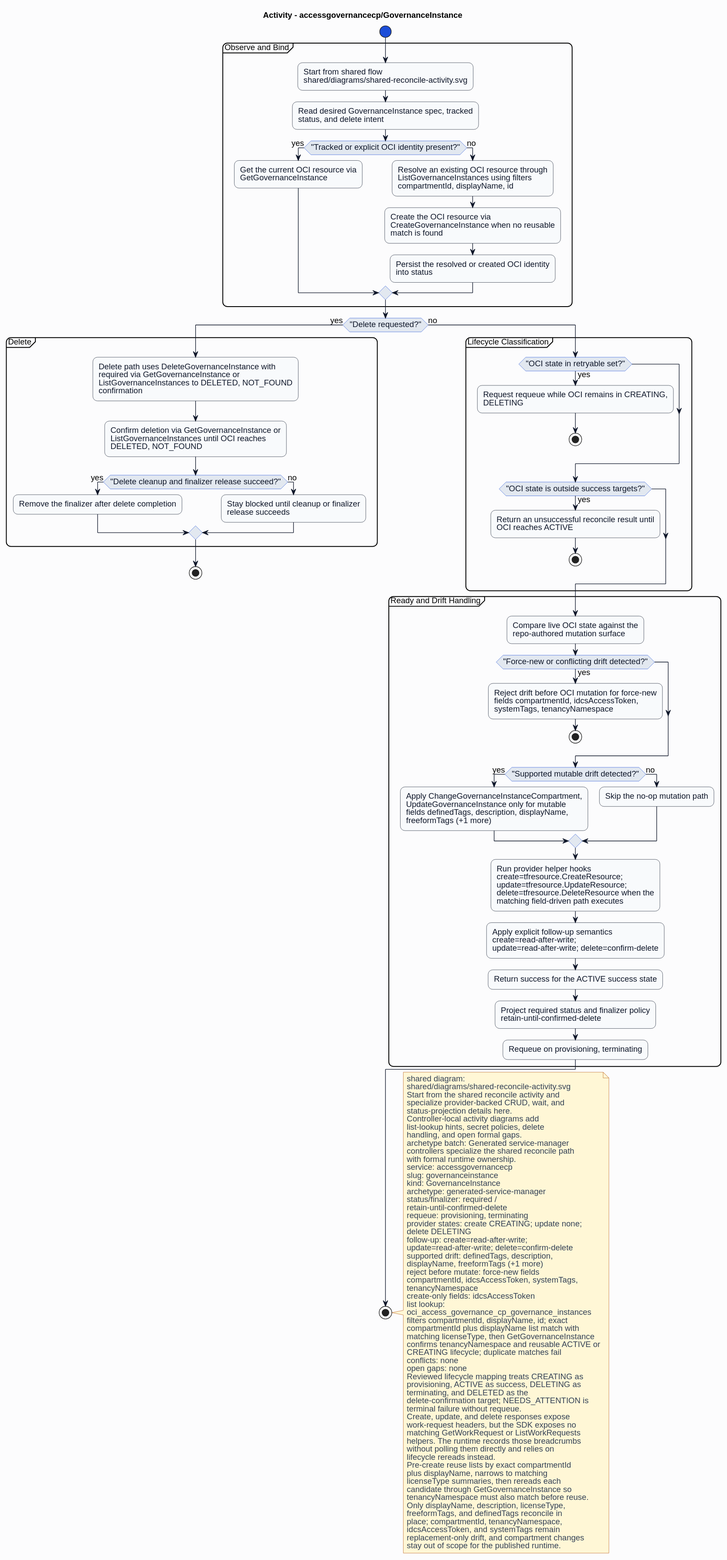
Earlier version of the PlantUML export formal/controllers/accessgovernancecp/governanceinstance/diagrams/activity.svg (HaoyL666/oci-service-operator). Its diagram source:
```plantuml
@startuml
skinparam shadowing false
skinparam backgroundColor #fcfcfd
skinparam defaultFontName Helvetica
skinparam defaultFontSize 14
skinparam arrowColor #0f172a
skinparam noteBackgroundColor #fff7d6
skinparam noteBorderColor #b45309
skinparam noteFontColor #334155
skinparam roundcorner 16
title Activity - accessgovernancecp/GovernanceInstance
skinparam activity {
  backgroundColor #f8fafc
  borderColor #0f172a
  fontColor #0f172a
  diamondBackgroundColor #e2e8f0
  diamondBorderColor #1d4ed8
  diamondFontColor #0f172a
  startColor #1d4ed8
  endColor #0f172a
  barColor #1d4ed8
}
start
partition "Observe and Bind" {
:Start from shared flow\nshared/diagrams/shared-reconcile-activity.svg;
:Read desired GovernanceInstance spec, tracked\nstatus, and delete intent;
if ("Tracked or explicit OCI identity present?") then (yes)
:Get the current OCI resource via\nGetGovernanceInstance;
else (no)
:Resolve an existing OCI resource through\nListGovernanceInstances using filters\ncompartmentId, displayName, id;
:Create the OCI resource via\nCreateGovernanceInstance when no reusable\nmatch is found;
:Persist the resolved or created OCI identity\ninto status;
endif
}
if ("Delete requested?") then (yes)
partition "Delete" {
:Delete path uses DeleteGovernanceInstance with\nrequired via GetGovernanceInstance or\nListGovernanceInstances to DELETED, NOT_FOUND\nconfirmation;
:Confirm deletion via GetGovernanceInstance or\nListGovernanceInstances until OCI reaches\nDELETED, NOT_FOUND;
if ("Delete cleanup and finalizer release succeed?") then (yes)
:Remove the finalizer after delete completion;
else (no)
:Stay blocked until cleanup or finalizer\nrelease succeeds;
endif
}
stop
else (no)
partition "Lifecycle Classification" {
if ("OCI state in retryable set?") then (yes)
:Request requeue while OCI remains in CREATING,\nDELETING;
stop
endif
if ("OCI state is outside success targets?") then (yes)
:Return an unsuccessful reconcile result until\nOCI reaches ACTIVE;
stop
endif
}
partition "Ready and Drift Handling" {
:Compare live OCI state against the\nrepo-authored mutation surface;
if ("Force-new or conflicting drift detected?") then (yes)
:Reject drift before OCI mutation for force-new\nfields compartmentId, idcsAccessToken,\nsystemTags, tenancyNamespace;
stop
endif
if ("Supported mutable drift detected?") then (yes)
:Apply ChangeGovernanceInstanceCompartment,\nUpdateGovernanceInstance only for mutable\nfields definedTags, description, displayName,\nfreeformTags (+1 more);
else (no)
:Skip the no-op mutation path;
endif
:Run provider helper hooks\ncreate=tfresource.CreateResource;\nupdate=tfresource.UpdateResource;\ndelete=tfresource.DeleteResource when the\nmatching field-driven path executes;
:Apply explicit follow-up semantics\ncreate=read-after-write;\nupdate=read-after-write; delete=confirm-delete;
:Return success for the ACTIVE success state;
:Project required status and finalizer policy\nretain-until-confirmed-delete;
:Requeue on provisioning, terminating;
}
endif
stop
note right
shared diagram:
shared/diagrams/shared-reconcile-activity.svg
Start from the shared reconcile activity and
specialize provider-backed CRUD, wait, and
status-projection details here.
Controller-local activity diagrams add
list-lookup hints, secret policies, delete
handling, and open formal gaps.
archetype batch: Generated service-manager
controllers specialize the shared reconcile path
with formal runtime ownership.
service: accessgovernancecp
slug: governanceinstance
kind: GovernanceInstance
archetype: generated-service-manager
status/finalizer: required /
retain-until-confirmed-delete
requeue: provisioning, terminating
provider states: create CREATING; update none;
delete DELETING
follow-up: create=read-after-write;
update=read-after-write; delete=confirm-delete
supported drift: definedTags, description,
displayName, freeformTags (+1 more)
reject before mutate: force-new fields
compartmentId, idcsAccessToken, systemTags,
tenancyNamespace
create-only fields: idcsAccessToken
list lookup:
oci_access_governance_cp_governance_instances
filters compartmentId, displayName, id; exact
compartmentId plus displayName list match with
matching licenseType, then GetGovernanceInstance
confirms tenancyNamespace and reusable ACTIVE or
CREATING lifecycle; duplicate matches fail
conflicts: none
open gaps: none
Reviewed lifecycle mapping treats CREATING as
provisioning, ACTIVE as success, DELETING as
terminating, and DELETED as the
delete-confirmation target; NEEDS_ATTENTION is
terminal failure without requeue.
Create, update, and delete responses expose
work-request headers, but the SDK exposes no
matching GetWorkRequest or ListWorkRequests
helpers. The runtime records those breadcrumbs
without polling them directly and relies on
lifecycle rereads instead.
Pre-create reuse lists by exact compartmentId
plus displayName, narrows to matching
licenseType summaries, then rereads each
candidate through GetGovernanceInstance so
tenancyNamespace must also match before reuse.
Only displayName, description, licenseType,
freeformTags, and definedTags reconcile in
place; compartmentId, tenancyNamespace,
idcsAccessToken, and systemTags remain
replacement-only drift, and compartment changes
stay out of scope for the published runtime.
end note
@enduml
```
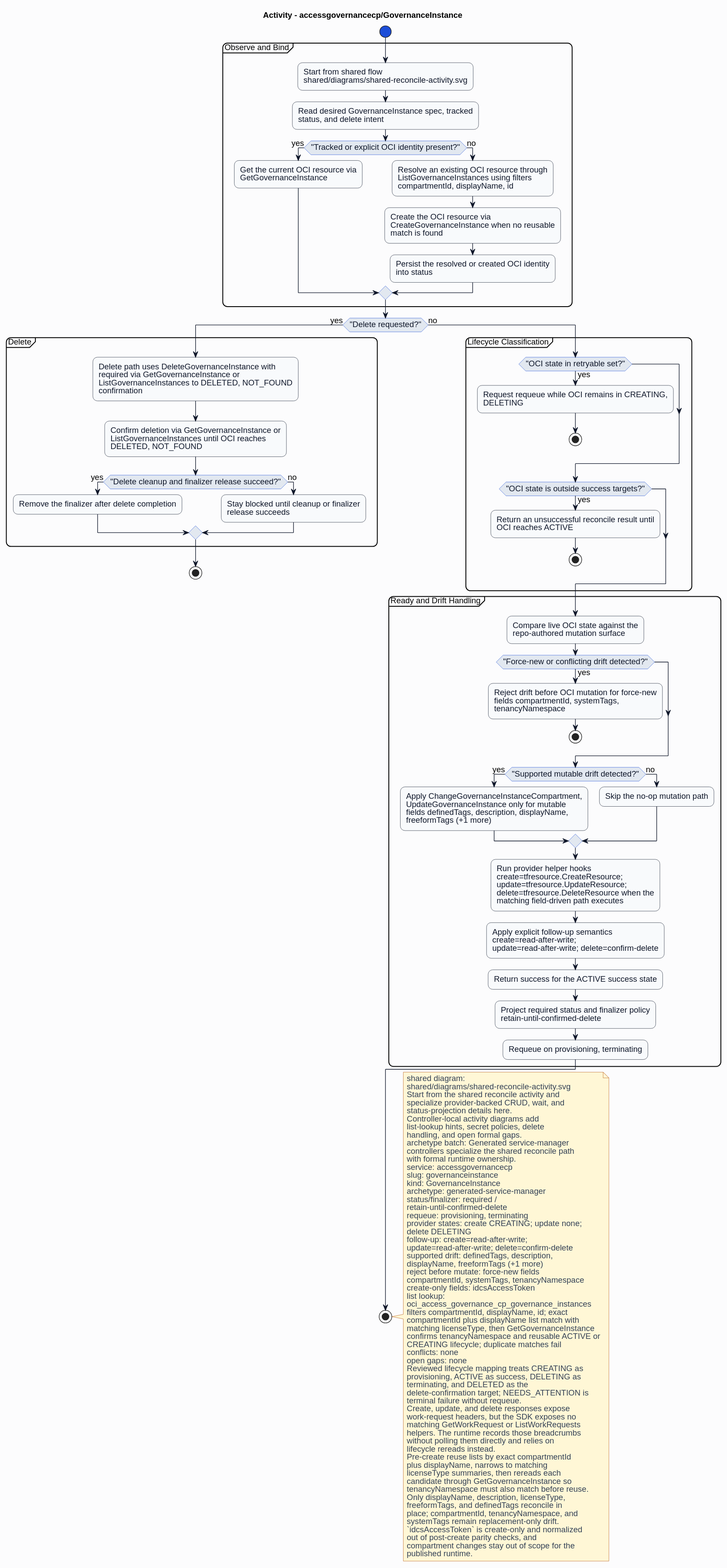
The same file after the commit.

Change to the diagram source:
```diff
@@ -57,7 +57,7 @@
 partition "Ready and Drift Handling" {
 :Compare live OCI state against the\nrepo-authored mutation surface;
 if ("Force-new or conflicting drift detected?") then (yes)
-:Reject drift before OCI mutation for force-new\nfields compartmentId, idcsAccessToken,\nsystemTags, tenancyNamespace;
+:Reject drift before OCI mutation for force-new\nfields compartmentId, systemTags,\ntenancyNamespace;
 stop
 endif
 if ("Supported mutable drift detected?") then (yes)
@@ -99,8 +99,7 @@
 supported drift: definedTags, description,
 displayName, freeformTags (+1 more)
 reject before mutate: force-new fields
-compartmentId, idcsAccessToken, systemTags,
-tenancyNamespace
+compartmentId, systemTags, tenancyNamespace
 create-only fields: idcsAccessToken
 list lookup:
 oci_access_governance_cp_governance_instances
@@ -129,9 +128,11 @@
 tenancyNamespace must also match before reuse.
 Only displayName, description, licenseType,
 freeformTags, and definedTags reconcile in
-place; compartmentId, tenancyNamespace,
-idcsAccessToken, and systemTags remain
-replacement-only drift, and compartment changes
-stay out of scope for the published runtime.
+place; compartmentId, tenancyNamespace, and
+systemTags remain replacement-only drift.
+`idcsAccessToken` is create-only and normalized
+out of post-create parity checks, and
+compartment changes stay out of scope for the
+published runtime.
 end note
 @enduml
```
